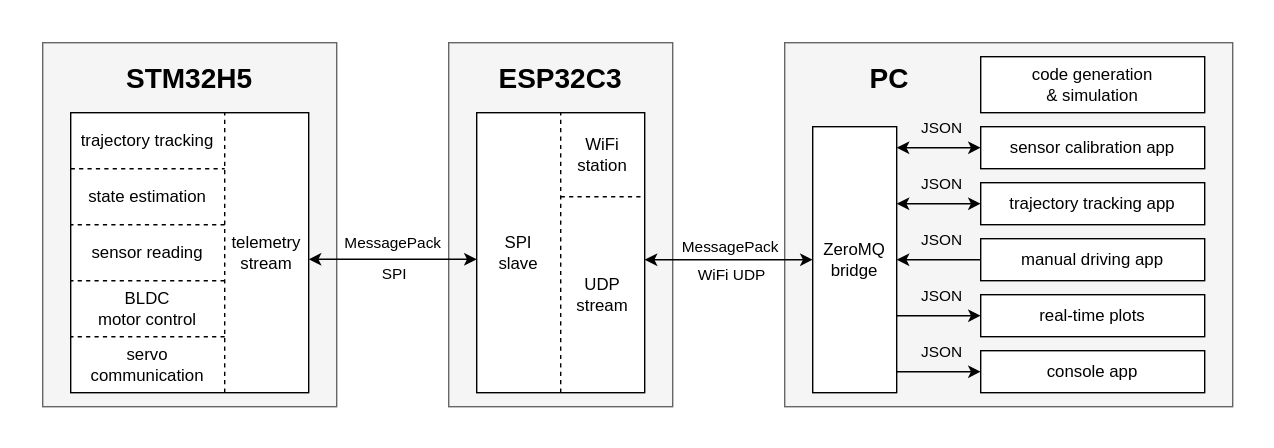
Above: docs/software.drawio.svg in Eryk-Mozdzen/hogger2 (draw.io), before the change. Source tidied: cells renumbered, new cells last; positions are measured from the earlier drawing's top-left corner, leaving out a move shared by most shapes. Its diagram source:
```xml
<mxGraphModel background="#ffffff">
  <root>
    <mxCell id="0" />
    <mxCell id="1" parent="0" />
    <mxCell id="2" style="rounded=0;whiteSpace=wrap;html=1;strokeColor=none;" parent="1" vertex="1">
      <mxGeometry width="910" height="320" as="geometry" />
    </mxCell>
    <mxCell id="3" style="rounded=0;whiteSpace=wrap;html=1;strokeWidth=1;fillColor=#f5f5f5;fontColor=#333333;strokeColor=#666666;" parent="1" vertex="1">
      <mxGeometry x="30" y="30" width="210" height="260" as="geometry" />
    </mxCell>
    <mxCell id="4" value="state estimation" style="rounded=0;whiteSpace=wrap;html=1;strokeColor=none;" parent="1" vertex="1">
      <mxGeometry x="50" y="120" width="110" height="40" as="geometry" />
    </mxCell>
    <mxCell id="5" value="&lt;span style=&quot;font-size: 20px;&quot;&gt;&lt;b&gt;STM32H5&lt;/b&gt;&lt;/span&gt;" style="text;html=1;strokeColor=none;fillColor=none;align=center;verticalAlign=middle;whiteSpace=wrap;rounded=0;labelBackgroundColor=none;strokeWidth=1;" parent="1" vertex="1">
      <mxGeometry x="80" y="40" width="110" height="30" as="geometry" />
    </mxCell>
    <mxCell id="6" value="trajectory&amp;nbsp;&lt;span style=&quot;background-color: transparent;&quot;&gt;tracking&lt;/span&gt;" style="rounded=0;whiteSpace=wrap;html=1;strokeColor=none;" parent="1" vertex="1">
      <mxGeometry x="50" y="80" width="110" height="40" as="geometry" />
    </mxCell>
    <mxCell id="7" value="BLDC&lt;br&gt;motor control" style="rounded=0;whiteSpace=wrap;html=1;strokeColor=none;" parent="1" vertex="1">
      <mxGeometry x="50" y="200" width="110" height="40" as="geometry" />
    </mxCell>
    <mxCell id="8" value="servo&lt;br&gt;communication" style="rounded=0;whiteSpace=wrap;html=1;strokeColor=none;" parent="1" vertex="1">
      <mxGeometry x="50" y="240" width="110" height="40" as="geometry" />
    </mxCell>
    <mxCell id="9" value="telemetry&lt;br&gt;stream" style="rounded=0;whiteSpace=wrap;html=1;strokeColor=none;" parent="1" vertex="1">
      <mxGeometry x="160" y="80" width="60" height="200" as="geometry" />
    </mxCell>
    <mxCell id="10" style="rounded=0;whiteSpace=wrap;html=1;strokeWidth=1;fillColor=#f5f5f5;fontColor=#333333;strokeColor=#666666;" parent="1" vertex="1">
      <mxGeometry x="320" y="30" width="160" height="260" as="geometry" />
    </mxCell>
    <mxCell id="11" value="SPI&lt;br&gt;slave" style="rounded=0;whiteSpace=wrap;html=1;strokeColor=none;" parent="1" vertex="1">
      <mxGeometry x="340" y="80" width="60" height="200" as="geometry" />
    </mxCell>
    <mxCell id="12" value="UDP&lt;br&gt;stream" style="rounded=0;whiteSpace=wrap;html=1;strokeColor=none;" parent="1" vertex="1">
      <mxGeometry x="400" y="140" width="60" height="140" as="geometry" />
    </mxCell>
    <mxCell id="13" value="&lt;span style=&quot;font-size: 20px;&quot;&gt;&lt;b&gt;ESP32C3&lt;/b&gt;&lt;/span&gt;" style="text;html=1;strokeColor=none;fillColor=none;align=center;verticalAlign=middle;whiteSpace=wrap;rounded=0;labelBackgroundColor=none;strokeWidth=1;" parent="1" vertex="1">
      <mxGeometry x="345" y="40" width="110" height="30" as="geometry" />
    </mxCell>
    <mxCell id="14" style="rounded=0;whiteSpace=wrap;html=1;strokeWidth=1;fillColor=#f5f5f5;fontColor=#333333;strokeColor=#666666;" parent="1" vertex="1">
      <mxGeometry x="560" y="30" width="320" height="260" as="geometry" />
    </mxCell>
    <mxCell id="15" style="endArrow=classic;startArrow=classic;html=1;entryX=0;entryY=0.5;entryDx=0;entryDy=0;exitX=1;exitY=0.5;exitDx=0;exitDy=0;" parent="1" edge="1">
      <mxGeometry relative="1" as="geometry">
        <mxPoint x="220" y="184.7" as="sourcePoint" />
        <mxPoint x="340" y="184.7" as="targetPoint" />
      </mxGeometry>
    </mxCell>
    <mxCell id="16" value="MessagePack" style="edgeLabel;html=1;align=center;verticalAlign=middle;" parent="15" vertex="1">
      <mxGeometry x="0.09" y="2" relative="1" as="geometry">
        <mxPoint x="-7" y="-10" as="offset" />
      </mxGeometry>
    </mxCell>
    <mxCell id="17" value="SPI" style="edgeLabel;html=1;align=center;verticalAlign=middle;" parent="15" vertex="1">
      <mxGeometry x="0.14" y="-2" relative="1" as="geometry">
        <mxPoint x="-8" y="8" as="offset" />
      </mxGeometry>
    </mxCell>
    <mxCell id="18" value="ZeroMQ&lt;br&gt;bridge" style="rounded=0;whiteSpace=wrap;html=1;strokeWidth=1;" parent="1" vertex="1">
      <mxGeometry x="580" y="90" width="60" height="190" as="geometry" />
    </mxCell>
    <mxCell id="19" style="endArrow=classic;startArrow=classic;html=1;entryX=0;entryY=0.5;entryDx=0;entryDy=0;" parent="1" edge="1" target="18">
      <mxGeometry relative="1" as="geometry">
        <mxPoint x="460" y="185" as="sourcePoint" />
      </mxGeometry>
    </mxCell>
    <mxCell id="20" value="MessagePack" style="edgeLabel;html=1;align=center;verticalAlign=middle;labelBackgroundColor=none;" parent="19" vertex="1">
      <mxGeometry x="0.42" y="1" relative="1" as="geometry">
        <mxPoint x="-25" y="-9" as="offset" />
      </mxGeometry>
    </mxCell>
    <mxCell id="21" value="WiFi UDP" style="edgeLabel;html=1;align=center;verticalAlign=middle;" parent="19" vertex="1">
      <mxGeometry x="0.08" relative="1" as="geometry">
        <mxPoint x="-4" y="10" as="offset" />
      </mxGeometry>
    </mxCell>
    <mxCell id="22" value="&lt;span style=&quot;font-size: 20px;&quot;&gt;&lt;b&gt;PC&lt;/b&gt;&lt;/span&gt;" style="text;html=1;strokeColor=none;fillColor=none;align=center;verticalAlign=middle;whiteSpace=wrap;rounded=0;labelBackgroundColor=none;strokeWidth=1;" parent="1" vertex="1">
      <mxGeometry x="580" y="40" width="110" height="30" as="geometry" />
    </mxCell>
    <mxCell id="23" value="sensor calibration app" style="rounded=0;whiteSpace=wrap;html=1;strokeWidth=1;" parent="1" vertex="1">
      <mxGeometry x="700" y="90" width="160" height="30" as="geometry" />
    </mxCell>
    <mxCell id="24" style="endArrow=classic;startArrow=classic;html=1;entryX=0;entryY=0.5;entryDx=0;entryDy=0;" parent="1" edge="1" target="23">
      <mxGeometry relative="1" as="geometry">
        <mxPoint x="640" y="105" as="sourcePoint" />
      </mxGeometry>
    </mxCell>
    <mxCell id="25" value="JSON" style="edgeLabel;html=1;align=center;verticalAlign=middle;labelBackgroundColor=none;" parent="24" vertex="1">
      <mxGeometry x="0.42" y="1" relative="1" as="geometry">
        <mxPoint x="-12" y="-14" as="offset" />
      </mxGeometry>
    </mxCell>
    <mxCell id="26" value="&lt;span style=&quot;color: rgb(0, 0, 0);&quot;&gt;trajectory tracking app&lt;/span&gt;" style="rounded=0;whiteSpace=wrap;html=1;strokeWidth=1;" parent="1" vertex="1">
      <mxGeometry x="700" y="130" width="160" height="30" as="geometry" />
    </mxCell>
    <mxCell id="27" style="endArrow=classic;startArrow=classic;html=1;entryX=0;entryY=0.5;entryDx=0;entryDy=0;startFill=1;" parent="1" edge="1" target="26">
      <mxGeometry relative="1" as="geometry">
        <mxPoint x="640" y="145" as="sourcePoint" />
      </mxGeometry>
    </mxCell>
    <mxCell id="28" value="JSON" style="edgeLabel;html=1;align=center;verticalAlign=middle;labelBackgroundColor=none;" parent="27" vertex="1">
      <mxGeometry x="0.42" y="1" relative="1" as="geometry">
        <mxPoint x="-12" y="-14" as="offset" />
      </mxGeometry>
    </mxCell>
    <mxCell id="29" value="manual driving app" style="rounded=0;whiteSpace=wrap;html=1;strokeWidth=1;" parent="1" vertex="1">
      <mxGeometry x="700" y="170" width="160" height="30" as="geometry" />
    </mxCell>
    <mxCell id="30" style="endArrow=none;startArrow=classic;html=1;entryX=0;entryY=0.5;entryDx=0;entryDy=0;endFill=0;" parent="1" edge="1" target="29">
      <mxGeometry relative="1" as="geometry">
        <mxPoint x="640" y="185" as="sourcePoint" />
      </mxGeometry>
    </mxCell>
    <mxCell id="31" value="JSON" style="edgeLabel;html=1;align=center;verticalAlign=middle;labelBackgroundColor=none;" parent="30" vertex="1">
      <mxGeometry x="0.42" y="1" relative="1" as="geometry">
        <mxPoint x="-12" y="-14" as="offset" />
      </mxGeometry>
    </mxCell>
    <mxCell id="32" value="&lt;span style=&quot;color: rgb(0, 0, 0);&quot;&gt;real-time plots&lt;/span&gt;" style="rounded=0;whiteSpace=wrap;html=1;strokeWidth=1;" parent="1" vertex="1">
      <mxGeometry x="700" y="210" width="160" height="30" as="geometry" />
    </mxCell>
    <mxCell id="33" style="endArrow=classic;startArrow=none;html=1;entryX=0;entryY=0.5;entryDx=0;entryDy=0;startFill=0;" parent="1" edge="1" target="32">
      <mxGeometry relative="1" as="geometry">
        <mxPoint x="640" y="225" as="sourcePoint" />
      </mxGeometry>
    </mxCell>
    <mxCell id="34" value="JSON" style="edgeLabel;html=1;align=center;verticalAlign=middle;labelBackgroundColor=none;" parent="33" vertex="1">
      <mxGeometry x="0.42" y="1" relative="1" as="geometry">
        <mxPoint x="-12" y="-14" as="offset" />
      </mxGeometry>
    </mxCell>
    <mxCell id="35" value="console app" style="rounded=0;whiteSpace=wrap;html=1;strokeWidth=1;" parent="1" vertex="1">
      <mxGeometry x="700" y="250" width="160" height="30" as="geometry" />
    </mxCell>
    <mxCell id="36" style="endArrow=classic;startArrow=none;html=1;entryX=0;entryY=0.5;entryDx=0;entryDy=0;startFill=0;" parent="1" edge="1" target="35">
      <mxGeometry relative="1" as="geometry">
        <mxPoint x="640" y="265" as="sourcePoint" />
      </mxGeometry>
    </mxCell>
    <mxCell id="37" value="JSON" style="edgeLabel;html=1;align=center;verticalAlign=middle;labelBackgroundColor=none;" parent="36" vertex="1">
      <mxGeometry x="0.42" y="1" relative="1" as="geometry">
        <mxPoint x="-12" y="-14" as="offset" />
      </mxGeometry>
    </mxCell>
    <mxCell id="38" value="sensor reading" style="rounded=0;whiteSpace=wrap;html=1;strokeColor=none;" parent="1" vertex="1">
      <mxGeometry x="50" y="160" width="110" height="40" as="geometry" />
    </mxCell>
    <mxCell id="39" style="rounded=0;whiteSpace=wrap;html=1;fillColor=none;strokeWidth=1;" parent="1" vertex="1">
      <mxGeometry x="50" y="80" width="170" height="200" as="geometry" />
    </mxCell>
    <mxCell id="40" value="WiFi&lt;br&gt;station" style="rounded=0;whiteSpace=wrap;html=1;strokeWidth=1;strokeColor=none;" parent="1" vertex="1">
      <mxGeometry x="400" y="80" width="60" height="60" as="geometry" />
    </mxCell>
    <mxCell id="41" style="rounded=0;whiteSpace=wrap;html=1;fillColor=none;strokeWidth=1;" parent="1" vertex="1">
      <mxGeometry x="340" y="80" width="120" height="200" as="geometry" />
    </mxCell>
    <mxCell id="42" style="endArrow=none;dashed=1;html=1;entryX=0;entryY=0;entryDx=0;entryDy=0;exitX=1;exitY=1;exitDx=0;exitDy=0;" parent="1" edge="1" source="11" target="40">
      <mxGeometry relative="1" as="geometry" />
    </mxCell>
    <mxCell id="43" style="endArrow=none;dashed=1;html=1;entryX=1;entryY=1;entryDx=0;entryDy=0;exitX=0;exitY=1;exitDx=0;exitDy=0;" parent="1" edge="1" source="40" target="40">
      <mxGeometry relative="1" as="geometry" />
    </mxCell>
    <mxCell id="44" style="endArrow=none;dashed=1;html=1;entryX=0;entryY=0;entryDx=0;entryDy=0;exitX=0;exitY=1;exitDx=0;exitDy=0;" parent="1" edge="1" source="9" target="9">
      <mxGeometry relative="1" as="geometry" />
    </mxCell>
    <mxCell id="45" style="endArrow=none;dashed=1;html=1;entryX=1;entryY=0;entryDx=0;entryDy=0;exitX=0;exitY=0;exitDx=0;exitDy=0;" parent="1" edge="1" source="4" target="4">
      <mxGeometry relative="1" as="geometry" />
    </mxCell>
    <mxCell id="46" style="endArrow=none;dashed=1;html=1;exitX=1;exitY=1;exitDx=0;exitDy=0;entryX=0;entryY=1;entryDx=0;entryDy=0;" parent="1" edge="1" source="4" target="4">
      <mxGeometry relative="1" as="geometry" />
    </mxCell>
    <mxCell id="47" style="endArrow=none;dashed=1;html=1;exitX=1;exitY=1;exitDx=0;exitDy=0;entryX=0;entryY=1;entryDx=0;entryDy=0;" parent="1" edge="1" source="38" target="38">
      <mxGeometry relative="1" as="geometry" />
    </mxCell>
    <mxCell id="48" style="endArrow=none;dashed=1;html=1;exitX=1;exitY=1;exitDx=0;exitDy=0;entryX=0;entryY=1;entryDx=0;entryDy=0;" parent="1" edge="1" source="7" target="7">
      <mxGeometry relative="1" as="geometry" />
    </mxCell>
    <mxCell id="49" value="code generation&lt;br&gt;&amp;amp; simulation" style="rounded=0;whiteSpace=wrap;html=1;strokeWidth=1;" parent="1" vertex="1">
      <mxGeometry x="700" y="40" width="160" height="40" as="geometry" />
    </mxCell>
  </root>
</mxGraphModel>
```
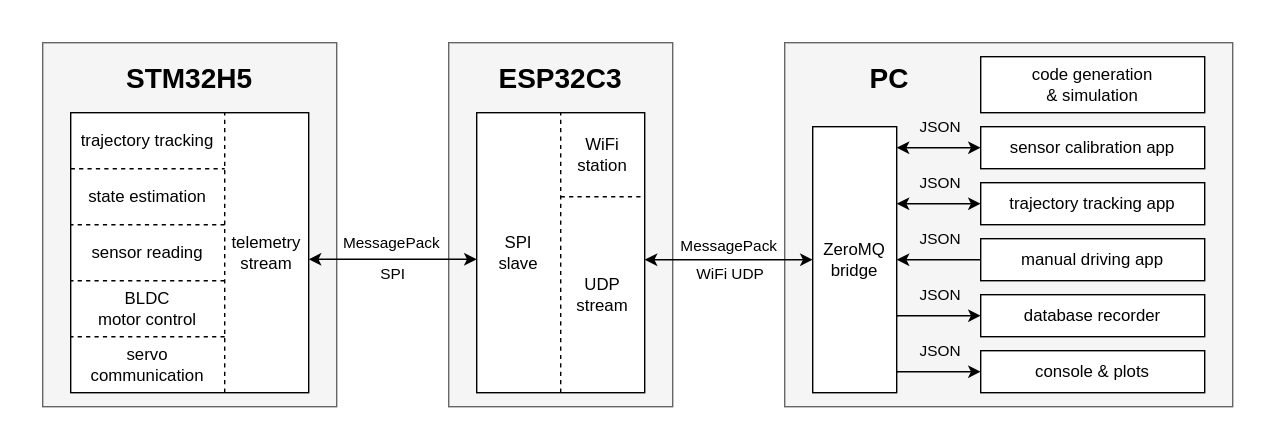
After the commit.

Commit message:
NDJSON database recorder

The edit, as a diff of the source:
```diff
@@ -117,7 +117,7 @@
         <mxPoint x="-12" y="-14" as="offset" />
       </mxGeometry>
     </mxCell>
-    <mxCell id="32" value="&lt;span style=&quot;color: rgb(0, 0, 0);&quot;&gt;real-time plots&lt;/span&gt;" style="rounded=0;whiteSpace=wrap;html=1;strokeWidth=1;" parent="1" vertex="1">
+    <mxCell id="32" value="&lt;span style=&quot;color: rgb(0, 0, 0);&quot;&gt;database recorder&lt;/span&gt;" style="rounded=0;whiteSpace=wrap;html=1;strokeWidth=1;" parent="1" vertex="1">
       <mxGeometry x="700" y="210" width="160" height="30" as="geometry" />
     </mxCell>
     <mxCell id="33" style="endArrow=classic;startArrow=none;html=1;entryX=0;entryY=0.5;entryDx=0;entryDy=0;startFill=0;" parent="1" edge="1" target="32">
@@ -130,7 +130,7 @@
         <mxPoint x="-12" y="-14" as="offset" />
       </mxGeometry>
     </mxCell>
-    <mxCell id="35" value="console app" style="rounded=0;whiteSpace=wrap;html=1;strokeWidth=1;" parent="1" vertex="1">
+    <mxCell id="35" value="console &amp;amp; plots" style="rounded=0;whiteSpace=wrap;html=1;strokeWidth=1;" parent="1" vertex="1">
       <mxGeometry x="700" y="250" width="160" height="30" as="geometry" />
     </mxCell>
     <mxCell id="36" style="endArrow=classic;startArrow=none;html=1;entryX=0;entryY=0.5;entryDx=0;entryDy=0;startFill=0;" parent="1" edge="1" target="35">
```
